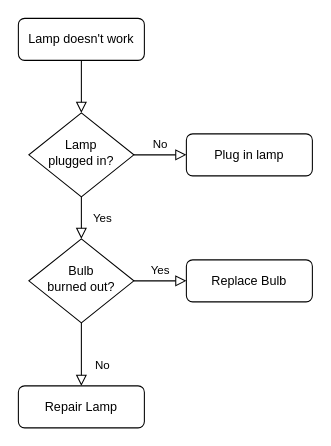
The draw.io diagram Диаграмма без названия.drawio in plasticmephit/svetopribor1, before the edit. Source tidied: cells renumbered, new cells numbered last; positions are measured from the earlier drawing's top-left corner, leaving out a move shared by most shapes. Both pictures are drawn from the tidied source at 105%, with x=0, y=0 at pixel (18, 18).
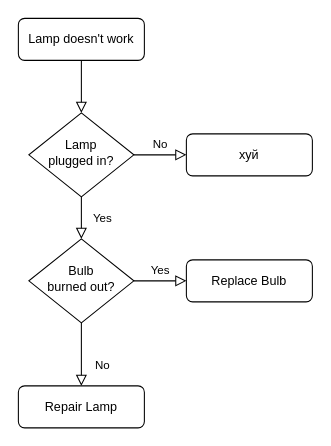
The same diagram, later.

Diff of the diagram source:
```diff
@@
 <mxGraphModel>
   <root>
     <mxCell id="0" />
     <mxCell id="1" parent="0" />
     <mxCell id="2" style="rounded=0;html=1;jettySize=auto;fontSize=11;endArrow=block;endFill=0;endSize=8;strokeWidth=1;shadow=0;labelBackgroundColor=none;edgeStyle=orthogonalEdgeStyle;" parent="1" edge="1" source="3" target="6">
       <mxGeometry relative="1" as="geometry" />
     </mxCell>
     <mxCell id="3" value="Lamp doesn't work" style="rounded=1;whiteSpace=wrap;html=1;fontSize=12;glass=0;strokeWidth=1;shadow=0;" parent="1" vertex="1">
       <mxGeometry width="120" height="40" as="geometry" />
     </mxCell>
     <mxCell id="4" value="Yes" style="rounded=0;html=1;jettySize=auto;fontSize=11;endArrow=block;endFill=0;endSize=8;strokeWidth=1;shadow=0;labelBackgroundColor=none;edgeStyle=orthogonalEdgeStyle;" parent="1" edge="1" source="6" target="10">
       <mxGeometry y="20" relative="1" as="geometry" />
     </mxCell>
     <mxCell id="5" value="No" style="edgeStyle=orthogonalEdgeStyle;rounded=0;html=1;jettySize=auto;fontSize=11;endArrow=block;endFill=0;endSize=8;strokeWidth=1;shadow=0;labelBackgroundColor=none;" parent="1" edge="1" source="6" target="7">
       <mxGeometry y="10" relative="1" as="geometry" />
     </mxCell>
     <mxCell id="6" value="Lamp&lt;br&gt;plugged in?" style="rhombus;whiteSpace=wrap;html=1;shadow=0;fontFamily=Helvetica;fontSize=12;align=center;strokeWidth=1;spacing=6;spacingTop=-4;" parent="1" vertex="1">
       <mxGeometry x="10" y="90" width="100" height="80" as="geometry" />
     </mxCell>
-    <mxCell id="7" value="Plug in lamp" style="rounded=1;whiteSpace=wrap;html=1;fontSize=12;glass=0;strokeWidth=1;shadow=0;" parent="1" vertex="1">
+    <mxCell id="7" value="хуй" style="rounded=1;whiteSpace=wrap;html=1;fontSize=12;glass=0;strokeWidth=1;shadow=0;" parent="1" vertex="1">
       <mxGeometry x="160" y="110" width="120" height="40" as="geometry" />
     </mxCell>
     <mxCell id="8" value="No" style="rounded=0;html=1;jettySize=auto;fontSize=11;endArrow=block;endFill=0;endSize=8;strokeWidth=1;shadow=0;labelBackgroundColor=none;edgeStyle=orthogonalEdgeStyle;" parent="1" edge="1" source="10" target="11">
       <mxGeometry x="0.33" y="20" relative="1" as="geometry" />
     </mxCell>
     <mxCell id="9" value="Yes" style="edgeStyle=orthogonalEdgeStyle;rounded=0;html=1;jettySize=auto;fontSize=11;endArrow=block;endFill=0;endSize=8;strokeWidth=1;shadow=0;labelBackgroundColor=none;" parent="1" edge="1" source="10" target="12">
       <mxGeometry y="10" relative="1" as="geometry" />
     </mxCell>
     <mxCell id="10" value="Bulb&lt;br&gt;burned out?" style="rhombus;whiteSpace=wrap;html=1;shadow=0;fontFamily=Helvetica;fontSize=12;align=center;strokeWidth=1;spacing=6;spacingTop=-4;" parent="1" vertex="1">
       <mxGeometry x="10" y="210" width="100" height="80" as="geometry" />
     </mxCell>
     <mxCell id="11" value="Repair Lamp" style="rounded=1;whiteSpace=wrap;html=1;fontSize=12;glass=0;strokeWidth=1;shadow=0;" parent="1" vertex="1">
       <mxGeometry y="350" width="120" height="40" as="geometry" />
     </mxCell>
     <mxCell id="12" value="Replace Bulb" style="rounded=1;whiteSpace=wrap;html=1;fontSize=12;glass=0;strokeWidth=1;shadow=0;" parent="1" vertex="1">
       <mxGeometry x="160" y="230" width="120" height="40" as="geometry" />
     </mxCell>
   </root>
 </mxGraphModel>
```
